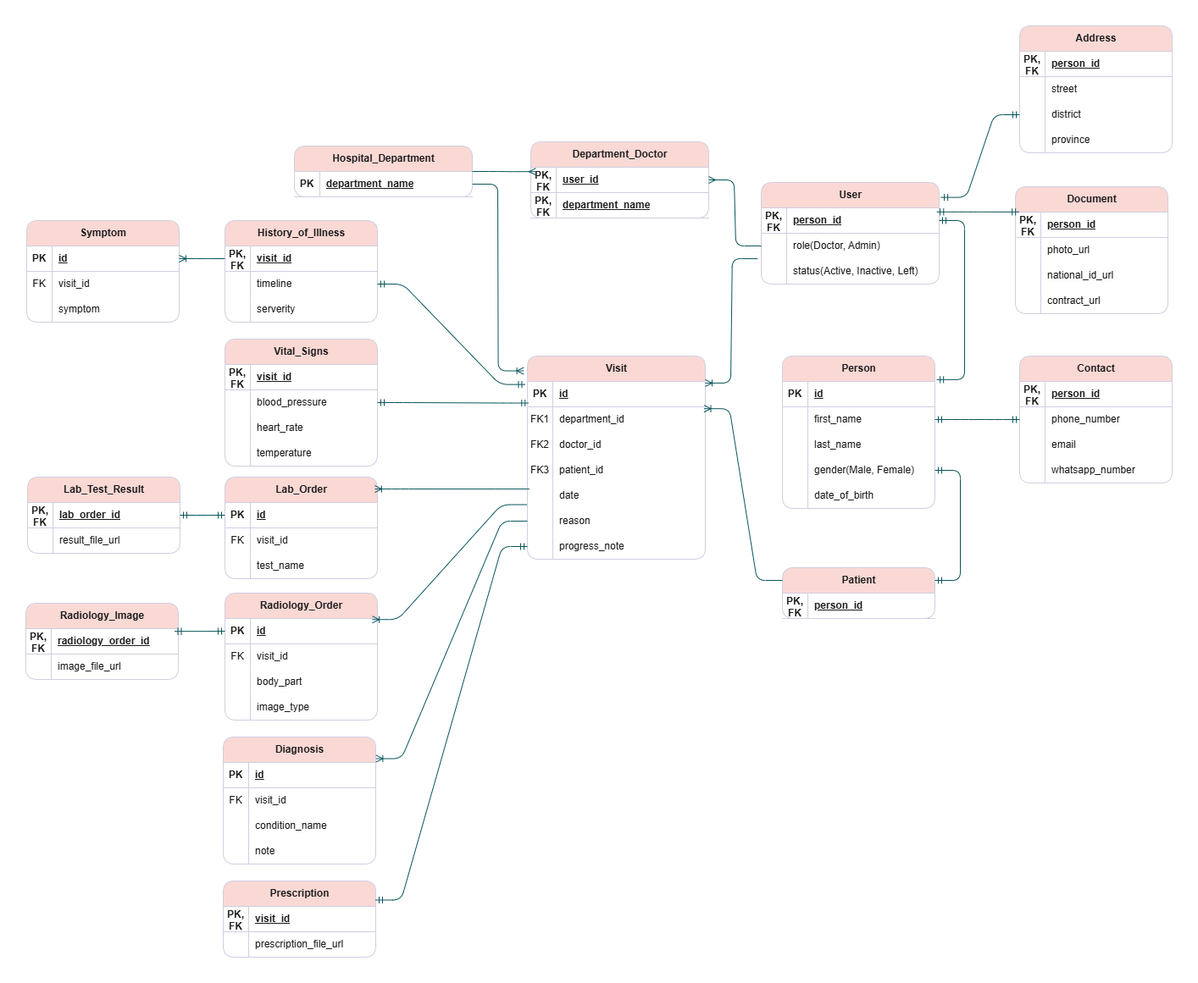
Earlier version of the draw.io export Health Record Database System/ERD_Files/ERD_Image.png (reza720/database-projects-collection). Source tidied: cells renumbered, new cells last; positions are measured from the earlier drawing's top-left corner, leaving out a move shared by most shapes.
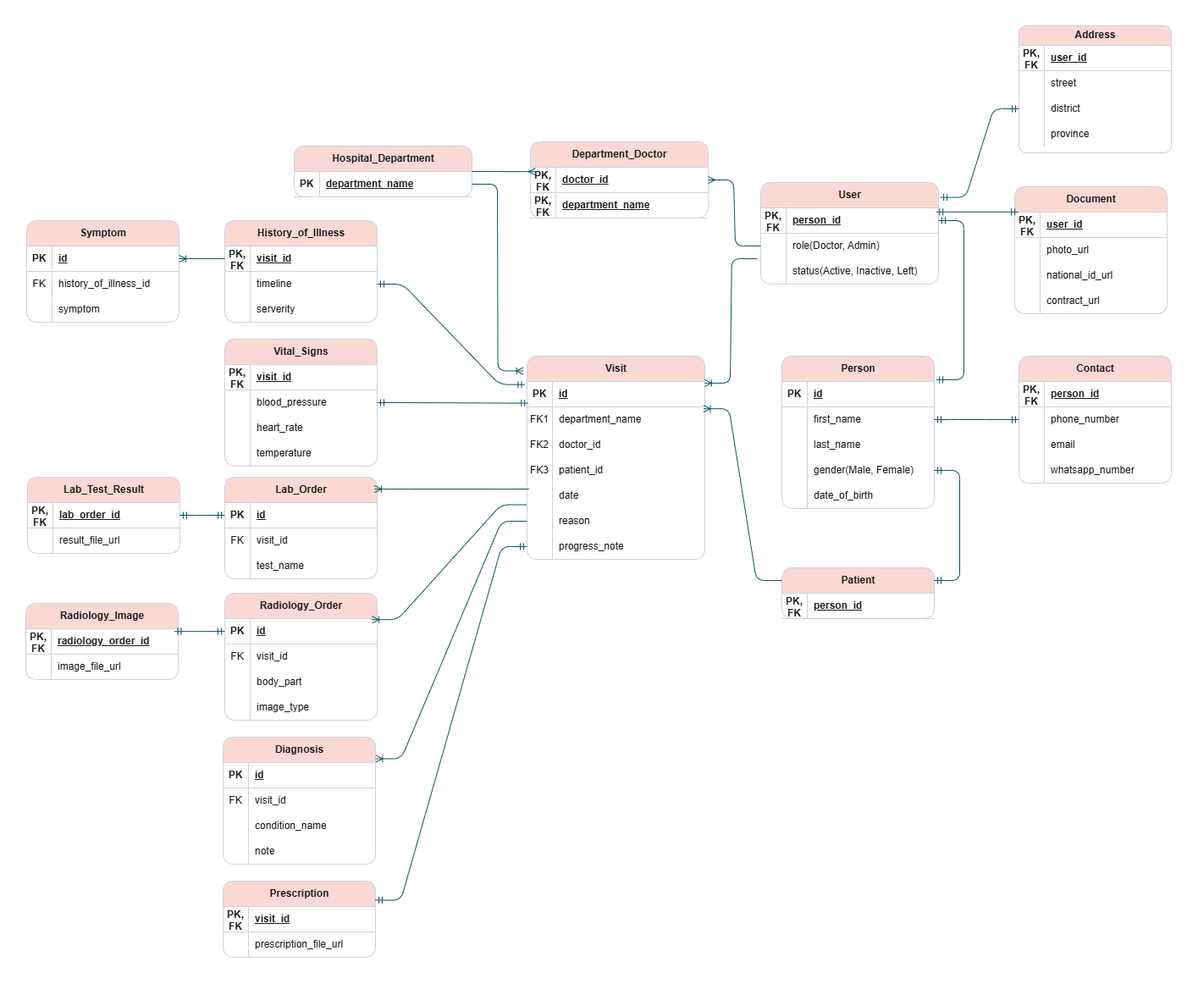
The same diagram one commit later.

What changed in the source:
```diff
@@ -140,20 +140,20 @@
     <mxCell id="47" style="edgeStyle=entityRelationEdgeStyle;fontSize=12;html=1;endArrow=ERmandOne;startArrow=ERmandOne;rounded=1;exitX=1;exitY=0.25;exitDx=0;exitDy=0;entryX=1;entryY=0.5;entryDx=0;entryDy=0;labelBackgroundColor=none;strokeColor=#09555B;fontColor=default;" parent="1" edge="1" source="18" target="12">
       <mxGeometry relative="1" as="geometry" />
     </mxCell>
-    <mxCell id="48" value="Address" style="shape=table;startSize=30;rowLines=0;fontStyle=1;align=center;html=1;rounded=1;labelBackgroundColor=none;fillColor=#FAD9D5;strokeColor=#D0CEE2;fontColor=#1A1A1A;" parent="1" vertex="1">
+    <mxCell id="48" value="Address" style="shape=table;startSize=23;rowLines=0;fontStyle=1;align=center;html=1;rounded=1;labelBackgroundColor=none;fillColor=#FAD9D5;strokeColor=#D0CEE2;fontColor=#1A1A1A;" parent="1" vertex="1">
       <mxGeometry x="1173" width="180" height="150" as="geometry" />
     </mxCell>
     <mxCell id="49" style="shape=tableRow;horizontal=0;startSize=0;swimlaneHead=0;swimlaneBody=0;fillColor=none;top=0;left=0;right=0;bottom=1;rounded=1;labelBackgroundColor=none;strokeColor=#D0CEE2;fontColor=#1A1A1A;" parent="48" vertex="1">
-      <mxGeometry y="30" width="180" height="30" as="geometry" />
+      <mxGeometry y="23" width="180" height="30" as="geometry" />
     </mxCell>
     <mxCell id="50" value="PK, FK" style="shape=partialRectangle;fillColor=none;top=0;left=0;bottom=0;right=0;fontStyle=1;overflow=hidden;whiteSpace=wrap;html=1;rounded=1;labelBackgroundColor=none;strokeColor=#D0CEE2;fontColor=#1A1A1A;" parent="49" vertex="1">
       <mxGeometry width="30" height="30" as="geometry" />
     </mxCell>
-    <mxCell id="51" value="person_id" style="shape=partialRectangle;fillColor=none;top=0;left=0;bottom=0;right=0;align=left;spacingLeft=6;fontStyle=5;overflow=hidden;whiteSpace=wrap;html=1;rounded=1;labelBackgroundColor=none;strokeColor=#D0CEE2;fontColor=#1A1A1A;" parent="49" vertex="1">
+    <mxCell id="51" value="user_id" style="shape=partialRectangle;fillColor=none;top=0;left=0;bottom=0;right=0;align=left;spacingLeft=6;fontStyle=5;overflow=hidden;whiteSpace=wrap;html=1;rounded=1;labelBackgroundColor=none;strokeColor=#D0CEE2;fontColor=#1A1A1A;" parent="49" vertex="1">
       <mxGeometry x="30" width="150" height="30" as="geometry" />
     </mxCell>
     <mxCell id="52" style="shape=tableRow;horizontal=0;startSize=0;swimlaneHead=0;swimlaneBody=0;fillColor=none;top=0;left=0;right=0;bottom=0;rounded=1;labelBackgroundColor=none;strokeColor=#D0CEE2;fontColor=#1A1A1A;" parent="48" vertex="1">
-      <mxGeometry y="60" width="180" height="30" as="geometry" />
+      <mxGeometry y="53" width="180" height="30" as="geometry" />
     </mxCell>
     <mxCell id="53" style="shape=partialRectangle;fillColor=none;top=0;left=0;bottom=0;right=0;overflow=hidden;whiteSpace=wrap;html=1;rounded=1;labelBackgroundColor=none;strokeColor=#D0CEE2;fontColor=#1A1A1A;" parent="52" vertex="1">
       <mxGeometry width="30" height="30" as="geometry" />
@@ -162,7 +162,7 @@
       <mxGeometry x="30" width="150" height="30" as="geometry" />
     </mxCell>
     <mxCell id="55" style="shape=tableRow;horizontal=0;startSize=0;swimlaneHead=0;swimlaneBody=0;fillColor=none;points=[[0,0.5],[1,0.5]];portConstraint=eastwest;top=0;left=0;right=0;bottom=0;rounded=1;labelBackgroundColor=none;strokeColor=#D0CEE2;fontColor=#1A1A1A;" parent="48" vertex="1">
-      <mxGeometry y="90" width="180" height="30" as="geometry" />
+      <mxGeometry y="83" width="180" height="30" as="geometry" />
     </mxCell>
     <mxCell id="56" style="shape=partialRectangle;fillColor=none;top=0;left=0;bottom=0;right=0;overflow=hidden;whiteSpace=wrap;html=1;rounded=1;labelBackgroundColor=none;strokeColor=#D0CEE2;fontColor=#1A1A1A;" parent="55" vertex="1">
       <mxGeometry width="30" height="30" as="geometry" />
@@ -171,7 +171,7 @@
       <mxGeometry x="30" width="150" height="30" as="geometry" />
     </mxCell>
     <mxCell id="58" style="shape=tableRow;horizontal=0;startSize=0;swimlaneHead=0;swimlaneBody=0;fillColor=none;top=0;left=0;right=0;bottom=0;rounded=1;labelBackgroundColor=none;strokeColor=#D0CEE2;fontColor=#1A1A1A;" parent="48" vertex="1">
-      <mxGeometry y="120" width="180" height="30" as="geometry" />
+      <mxGeometry y="113" width="180" height="30" as="geometry" />
     </mxCell>
     <mxCell id="59" style="shape=partialRectangle;fillColor=none;top=0;left=0;bottom=0;right=0;overflow=hidden;whiteSpace=wrap;html=1;rounded=1;labelBackgroundColor=none;strokeColor=#D0CEE2;fontColor=#1A1A1A;" parent="58" vertex="1">
       <mxGeometry width="30" height="30" as="geometry" />
@@ -188,7 +188,7 @@
     <mxCell id="63" value="PK, FK" style="shape=partialRectangle;fillColor=none;top=0;left=0;bottom=0;right=0;fontStyle=1;overflow=hidden;whiteSpace=wrap;html=1;rounded=1;labelBackgroundColor=none;strokeColor=#D0CEE2;fontColor=#1A1A1A;" parent="62" vertex="1">
       <mxGeometry width="30" height="30" as="geometry" />
     </mxCell>
-    <mxCell id="64" value="person_id" style="shape=partialRectangle;fillColor=none;top=0;left=0;bottom=0;right=0;align=left;spacingLeft=6;fontStyle=5;overflow=hidden;whiteSpace=wrap;html=1;rounded=1;labelBackgroundColor=none;strokeColor=#D0CEE2;fontColor=#1A1A1A;" parent="62" vertex="1">
+    <mxCell id="64" value="user_id" style="shape=partialRectangle;fillColor=none;top=0;left=0;bottom=0;right=0;align=left;spacingLeft=6;fontStyle=5;overflow=hidden;whiteSpace=wrap;html=1;rounded=1;labelBackgroundColor=none;strokeColor=#D0CEE2;fontColor=#1A1A1A;" parent="62" vertex="1">
       <mxGeometry x="30" width="150" height="30" as="geometry" />
     </mxCell>
     <mxCell id="65" style="shape=tableRow;horizontal=0;startSize=0;swimlaneHead=0;swimlaneBody=0;fillColor=none;top=0;left=0;right=0;bottom=0;rounded=1;labelBackgroundColor=none;strokeColor=#D0CEE2;fontColor=#1A1A1A;" parent="61" vertex="1">
@@ -245,7 +245,7 @@
     <mxCell id="82" value="PK, FK" style="shape=partialRectangle;fillColor=none;top=0;left=0;bottom=0;right=0;fontStyle=1;overflow=hidden;whiteSpace=wrap;html=1;rounded=1;labelBackgroundColor=none;strokeColor=#D0CEE2;fontColor=#1A1A1A;" parent="81" vertex="1">
       <mxGeometry width="30" height="30" as="geometry" />
     </mxCell>
-    <mxCell id="83" value="user_id" style="shape=partialRectangle;fillColor=none;top=0;left=0;bottom=0;right=0;align=left;spacingLeft=6;fontStyle=5;overflow=hidden;whiteSpace=wrap;html=1;rounded=1;labelBackgroundColor=none;strokeColor=#D0CEE2;fontColor=#1A1A1A;" parent="81" vertex="1">
+    <mxCell id="83" value="doctor_id" style="shape=partialRectangle;fillColor=none;top=0;left=0;bottom=0;right=0;align=left;spacingLeft=6;fontStyle=5;overflow=hidden;whiteSpace=wrap;html=1;rounded=1;labelBackgroundColor=none;strokeColor=#D0CEE2;fontColor=#1A1A1A;" parent="81" vertex="1">
       <mxGeometry x="30" width="180" height="30" as="geometry" />
     </mxCell>
     <mxCell id="84" style="shape=tableRow;horizontal=0;startSize=0;swimlaneHead=0;swimlaneBody=0;fillColor=none;top=0;left=0;right=0;bottom=1;rounded=1;labelBackgroundColor=none;strokeColor=#D0CEE2;fontColor=#1A1A1A;" parent="80" vertex="1">
@@ -281,7 +281,7 @@
     <mxCell id="94" value="FK1" style="shape=partialRectangle;fillColor=none;top=0;left=0;bottom=0;right=0;overflow=hidden;whiteSpace=wrap;html=1;rounded=1;labelBackgroundColor=none;strokeColor=#D0CEE2;fontColor=#1A1A1A;" parent="93" vertex="1">
       <mxGeometry width="30" height="30" as="geometry" />
     </mxCell>
-    <mxCell id="95" value="department_id" style="shape=partialRectangle;fillColor=none;top=0;left=0;bottom=0;right=0;align=left;spacingLeft=6;overflow=hidden;whiteSpace=wrap;html=1;rounded=1;labelBackgroundColor=none;strokeColor=#D0CEE2;fontColor=#1A1A1A;" parent="93" vertex="1">
+    <mxCell id="95" value="department_name" style="shape=partialRectangle;fillColor=none;top=0;left=0;bottom=0;right=0;align=left;spacingLeft=6;overflow=hidden;whiteSpace=wrap;html=1;rounded=1;labelBackgroundColor=none;strokeColor=#D0CEE2;fontColor=#1A1A1A;" parent="93" vertex="1">
       <mxGeometry x="30" width="180" height="30" as="geometry" />
     </mxCell>
     <mxCell id="96" style="shape=tableRow;horizontal=0;startSize=0;swimlaneHead=0;swimlaneBody=0;fillColor=none;top=0;left=0;right=0;bottom=0;rounded=1;labelBackgroundColor=none;strokeColor=#D0CEE2;fontColor=#1A1A1A;" parent="89" vertex="1">
@@ -389,7 +389,7 @@
     <mxCell id="130" value="FK" style="shape=partialRectangle;fillColor=none;top=0;left=0;bottom=0;right=0;overflow=hidden;whiteSpace=wrap;html=1;rounded=1;labelBackgroundColor=none;strokeColor=#D0CEE2;fontColor=#1A1A1A;" parent="129" vertex="1">
       <mxGeometry width="30" height="30" as="geometry" />
     </mxCell>
-    <mxCell id="131" value="visit_id" style="shape=partialRectangle;fillColor=none;top=0;left=0;bottom=0;right=0;align=left;spacingLeft=6;overflow=hidden;whiteSpace=wrap;html=1;rounded=1;labelBackgroundColor=none;strokeColor=#D0CEE2;fontColor=#1A1A1A;" parent="129" vertex="1">
+    <mxCell id="131" value="history_of_illness_id" style="shape=partialRectangle;fillColor=none;top=0;left=0;bottom=0;right=0;align=left;spacingLeft=6;overflow=hidden;whiteSpace=wrap;html=1;rounded=1;labelBackgroundColor=none;strokeColor=#D0CEE2;fontColor=#1A1A1A;" parent="129" vertex="1">
       <mxGeometry x="30" width="150" height="30" as="geometry" />
     </mxCell>
     <mxCell id="132" style="shape=tableRow;horizontal=0;startSize=0;swimlaneHead=0;swimlaneBody=0;fillColor=none;top=0;left=0;right=0;bottom=0;rounded=1;labelBackgroundColor=none;strokeColor=#D0CEE2;fontColor=#1A1A1A;" parent="125" vertex="1">
```
